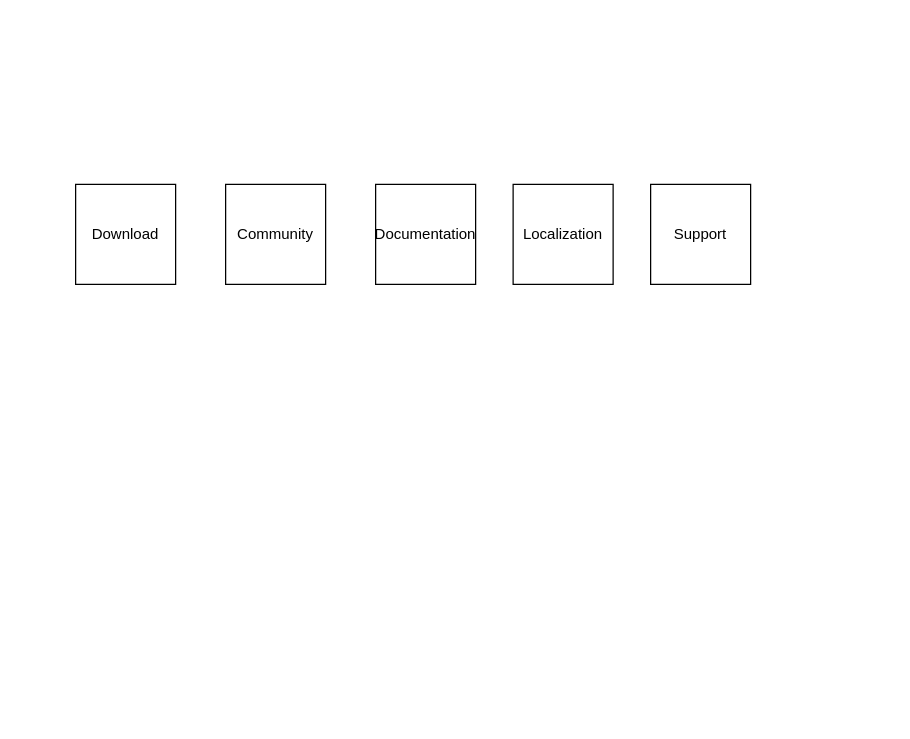
Earlier version of the draw.io diagram Untitled Diagram.drawio (HeikoTietze/libo_website). Source tidied: cells renumbered, new cells numbered last; positions are measured from the earlier drawing's top-left corner, leaving out a move shared by most shapes. Both pictures are drawn from the tidied source at 125%, with x=0, y=0 at pixel (75, 184).
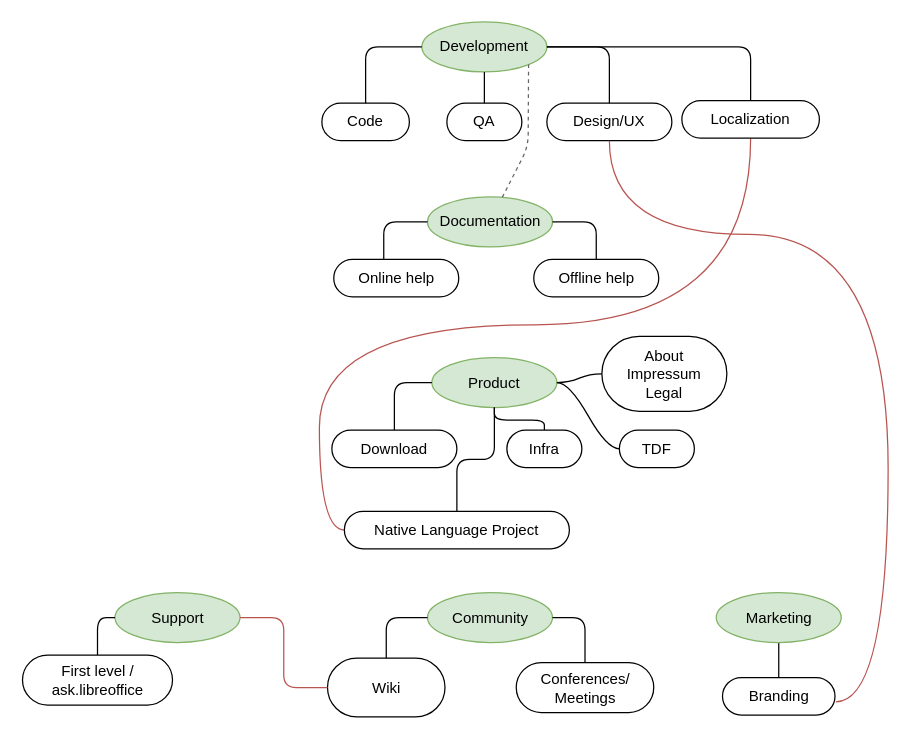
The same page after the edit.

The edit, as a diff of the source:
```diff
@@
+    <mxCell id="7" value="Development" style="ellipse;whiteSpace=wrap;html=1;align=center;fillColor=#d5e8d4;strokeColor=#82b366;" parent="1" vertex="1">
+      <mxGeometry x="277" y="-130" width="100" height="40" as="geometry" />
+    </mxCell>
+    <mxCell id="8" value="Code" style="whiteSpace=wrap;html=1;rounded=1;arcSize=50;align=center;verticalAlign=middle;strokeWidth=1;spacing=4;" parent="1" vertex="1">
+      <mxGeometry x="197" y="-65" width="70" height="30" as="geometry" />
+    </mxCell>
+    <mxCell id="9" style="edgeStyle=orthogonalEdgeStyle;startArrow=none;endArrow=none;segment=10;entryX=0.5;entryY=0;entryDx=0;entryDy=0;" parent="1" edge="1" source="7" target="8">
+      <mxGeometry relative="1" as="geometry" />
+    </mxCell>
+    <mxCell id="10" value="QA" style="whiteSpace=wrap;html=1;rounded=1;arcSize=50;align=center;verticalAlign=middle;strokeWidth=1;spacing=4;" parent="1" vertex="1">
+      <mxGeometry x="297" y="-65" width="60" height="30" as="geometry" />
+    </mxCell>
+    <mxCell id="11" style="edgeStyle=orthogonalEdgeStyle;startArrow=none;endArrow=none;segment=10;exitX=0.5;exitY=1;exitDx=0;exitDy=0;entryX=0.5;entryY=0;entryDx=0;entryDy=0;" parent="1" edge="1" source="7" target="10">
+      <mxGeometry relative="1" as="geometry" />
+    </mxCell>
+    <mxCell id="12" value="Design/UX" style="whiteSpace=wrap;html=1;rounded=1;arcSize=50;align=center;verticalAlign=middle;strokeWidth=1;spacing=4;" parent="1" vertex="1">
+      <mxGeometry x="377" y="-65" width="100" height="30" as="geometry" />
+    </mxCell>
+    <mxCell id="13" style="edgeStyle=orthogonalEdgeStyle;startArrow=none;endArrow=none;segment=10;exitX=1;exitY=0.5;exitDx=0;exitDy=0;entryX=0.5;entryY=0;entryDx=0;entryDy=0;" parent="1" edge="1" source="7" target="12">
+      <mxGeometry relative="1" as="geometry" />
+    </mxCell>
+    <mxCell id="4" value="Documentation" style="ellipse;whiteSpace=wrap;html=1;align=center;fillColor=#d5e8d4;strokeColor=#82b366;" parent="1" vertex="1">
+      <mxGeometry x="281.5" y="10" width="100" height="40" as="geometry" />
+    </mxCell>
+    <mxCell id="14" value="Offline help" style="whiteSpace=wrap;html=1;rounded=1;arcSize=50;align=center;verticalAlign=middle;strokeWidth=1;spacing=4;" parent="1" vertex="1">
+      <mxGeometry x="366.5" y="60" width="100" height="30" as="geometry" />
+    </mxCell>
+    <mxCell id="15" style="edgeStyle=orthogonalEdgeStyle;startArrow=none;endArrow=none;segment=10;exitX=1;exitY=0.5;exitDx=0;exitDy=0;entryX=0.5;entryY=0;entryDx=0;entryDy=0;" parent="1" edge="1" source="4" target="14">
+      <mxGeometry relative="1" as="geometry" />
+    </mxCell>
+    <mxCell id="16" value="Online help" style="whiteSpace=wrap;html=1;rounded=1;arcSize=50;align=center;verticalAlign=middle;strokeWidth=1;spacing=4;direction=west;" parent="1" vertex="1">
+      <mxGeometry x="206.5" y="60" width="100" height="30" as="geometry" />
+    </mxCell>
+    <mxCell id="17" style="edgeStyle=orthogonalEdgeStyle;startArrow=none;endArrow=none;segment=10;entryX=0;entryY=0.5;entryDx=0;entryDy=0;exitX=0.6;exitY=1;exitDx=0;exitDy=0;exitPerimeter=0;" parent="1" edge="1" source="16" target="4">
+      <mxGeometry relative="1" as="geometry" />
+    </mxCell>
+    <mxCell id="18" value="Product" style="ellipse;whiteSpace=wrap;html=1;align=center;fillColor=#d5e8d4;strokeColor=#82b366;" parent="1" vertex="1">
+      <mxGeometry x="285" y="138.5" width="100" height="40" as="geometry" />
+    </mxCell>
-    <mxCell id="2" value="Download" style="whiteSpace=wrap;html=1;" parent="1" vertex="1">
-      <mxGeometry width="80" height="80" as="geometry" />
+    <mxCell id="2" value="Download" style="whiteSpace=wrap;html=1;rounded=1;arcSize=50;align=center;verticalAlign=middle;strokeWidth=1;spacing=4;" parent="1" vertex="1">
+      <mxGeometry x="205" y="196.5" width="100" height="30" as="geometry" />
     </mxCell>
+    <mxCell id="19" style="edgeStyle=orthogonalEdgeStyle;startArrow=none;endArrow=none;segment=10;exitX=0.5;exitY=0;exitDx=0;exitDy=0;entryX=0;entryY=0.5;entryDx=0;entryDy=0;" parent="1" edge="1" source="2" target="18">
+      <mxGeometry relative="1" as="geometry" />
+    </mxCell>
-    <mxCell id="3" value="Community" style="whiteSpace=wrap;html=1;" parent="1" vertex="1">
-      <mxGeometry x="120" width="80" height="80" as="geometry" />
+    <mxCell id="3" value="Community" style="ellipse;whiteSpace=wrap;html=1;align=center;fillColor=#d5e8d4;strokeColor=#82b366;" parent="1" vertex="1">
+      <mxGeometry x="281.5" y="326.5" width="100" height="40" as="geometry" />
     </mxCell>
-    <mxCell id="4" value="Documentation" style="whiteSpace=wrap;html=1;" parent="1" vertex="1">
-      <mxGeometry x="240" width="80" height="80" as="geometry" />
-    </mxCell>
+    <mxCell id="20" value="Conferences/&lt;br&gt;Meetings" style="whiteSpace=wrap;html=1;rounded=1;arcSize=50;align=center;verticalAlign=middle;strokeWidth=1;spacing=4;" parent="1" vertex="1">
+      <mxGeometry x="352.5" y="382.5" width="110" height="40" as="geometry" />
+    </mxCell>
+    <mxCell id="21" style="edgeStyle=orthogonalEdgeStyle;startArrow=none;endArrow=none;segment=10;exitX=1;exitY=0.5;exitDx=0;exitDy=0;entryX=0.5;entryY=0;entryDx=0;entryDy=0;" parent="1" edge="1" source="3" target="20">
+      <mxGeometry relative="1" as="geometry" />
+    </mxCell>
+    <mxCell id="22" value="Wiki" style="whiteSpace=wrap;html=1;rounded=1;arcSize=50;align=center;verticalAlign=middle;strokeWidth=1;spacing=4;" parent="1" vertex="1">
+      <mxGeometry x="201.5" y="379" width="94" height="47" as="geometry" />
+    </mxCell>
+    <mxCell id="23" style="edgeStyle=orthogonalEdgeStyle;startArrow=none;endArrow=none;segment=10;entryX=0;entryY=0.5;entryDx=0;entryDy=0;exitX=0.5;exitY=0;exitDx=0;exitDy=0;" parent="1" edge="1" source="22" target="3">
+      <mxGeometry relative="1" as="geometry" />
+    </mxCell>
+    <mxCell id="6" value="Support" style="ellipse;whiteSpace=wrap;html=1;align=center;fillColor=#d5e8d4;strokeColor=#82b366;" parent="1" vertex="1">
+      <mxGeometry x="31.5" y="326.5" width="100" height="40" as="geometry" />
+    </mxCell>
+    <mxCell id="24" style="edgeStyle=orthogonalEdgeStyle;startArrow=none;endArrow=none;segment=10;entryX=1;entryY=0.5;entryDx=0;entryDy=0;exitX=0;exitY=0.5;exitDx=0;exitDy=0;fillColor=#f8cecc;strokeColor=#b85450;" parent="1" edge="1" source="22" target="6">
+      <mxGeometry relative="1" as="geometry" />
+    </mxCell>
+    <mxCell id="25" value="First level /&lt;br&gt;ask.libreoffice" style="whiteSpace=wrap;html=1;rounded=1;arcSize=50;align=center;verticalAlign=middle;strokeWidth=1;spacing=4;" parent="1" vertex="1">
+      <mxGeometry x="-42.5" y="376.5" width="120" height="40" as="geometry" />
+    </mxCell>
+    <mxCell id="26" style="edgeStyle=orthogonalEdgeStyle;startArrow=none;endArrow=none;segment=10;exitX=0;exitY=0.5;exitDx=0;exitDy=0;" parent="1" edge="1" source="6" target="25">
+      <mxGeometry relative="1" as="geometry" />
+    </mxCell>
+    <mxCell id="27" value="TDF" style="whiteSpace=wrap;html=1;rounded=1;arcSize=50;align=center;verticalAlign=middle;strokeWidth=1;spacing=4;" parent="1" vertex="1">
+      <mxGeometry x="435" y="196.5" width="60" height="30" as="geometry" />
+    </mxCell>
+    <mxCell id="28" style="edgeStyle=entityRelationEdgeStyle;startArrow=none;endArrow=none;segment=10;curved=1;exitX=1;exitY=0.5;exitDx=0;exitDy=0;" parent="1" edge="1" source="18" target="27">
+      <mxGeometry relative="1" as="geometry" />
+    </mxCell>
+    <mxCell id="29" style="edgeStyle=orthogonalEdgeStyle;rounded=0;jettySize=auto;html=1;exitX=0.5;exitY=1;exitDx=0;exitDy=0;entryX=0;entryY=0.5;entryDx=0;entryDy=0;curved=1;fillColor=#f8cecc;strokeColor=#b85450;endArrow=none;endFill=0;" parent="1" edge="1" source="5" target="31">
+      <mxGeometry relative="1" as="geometry" />
+    </mxCell>
-    <mxCell id="5" value="Localization" style="whiteSpace=wrap;html=1;" parent="1" vertex="1">
-      <mxGeometry x="350" width="80" height="80" as="geometry" />
+    <mxCell id="5" value="Localization" style="whiteSpace=wrap;html=1;rounded=1;arcSize=50;align=center;verticalAlign=middle;strokeWidth=1;spacing=4;" parent="1" vertex="1">
+      <mxGeometry x="485" y="-67" width="110" height="30" as="geometry" />
     </mxCell>
-    <mxCell id="6" value="Support" style="whiteSpace=wrap;html=1;" parent="1" vertex="1">
-      <mxGeometry x="460" width="80" height="80" as="geometry" />
-    </mxCell>
+    <mxCell id="30" style="edgeStyle=orthogonalEdgeStyle;startArrow=none;endArrow=none;segment=10;" parent="1" edge="1" source="7" target="5">
+      <mxGeometry relative="1" as="geometry" />
+    </mxCell>
+    <mxCell id="31" value="Native Language Project" style="whiteSpace=wrap;html=1;rounded=1;arcSize=50;align=center;verticalAlign=middle;strokeWidth=1;spacing=4;" parent="1" vertex="1">
+      <mxGeometry x="215" y="261.5" width="180" height="30" as="geometry" />
+    </mxCell>
+    <mxCell id="32" style="edgeStyle=orthogonalEdgeStyle;startArrow=none;endArrow=none;segment=10;exitX=0.5;exitY=1;exitDx=0;exitDy=0;entryX=0.5;entryY=0;entryDx=0;entryDy=0;" parent="1" edge="1" source="18" target="31">
+      <mxGeometry relative="1" as="geometry" />
+    </mxCell>
+    <mxCell id="33" style="endArrow=none;html=1;entryX=1;entryY=1;entryDx=0;entryDy=0;dashed=1;fillColor=#f5f5f5;strokeColor=#666666;" parent="1" edge="1" source="4" target="7">
+      <mxGeometry relative="1" as="geometry">
+        <Array as="points">
+          <mxPoint x="362" y="-30" />
+        </Array>
+      </mxGeometry>
+    </mxCell>
+    <mxCell id="34" value="Infra" style="whiteSpace=wrap;html=1;rounded=1;arcSize=50;align=center;verticalAlign=middle;strokeWidth=1;spacing=4;" parent="1" vertex="1">
+      <mxGeometry x="345" y="196.5" width="60" height="30" as="geometry" />
+    </mxCell>
+    <mxCell id="35" style="edgeStyle=orthogonalEdgeStyle;startArrow=none;endArrow=none;segment=10;exitX=0.5;exitY=1;exitDx=0;exitDy=0;" parent="1" edge="1" source="18" target="34">
+      <mxGeometry relative="1" as="geometry" />
+    </mxCell>
+    <mxCell id="36" value="Branding" style="whiteSpace=wrap;html=1;rounded=1;arcSize=50;align=center;verticalAlign=middle;strokeWidth=1;spacing=4;" parent="1" vertex="1">
+      <mxGeometry x="517.5" y="394.5" width="90" height="30" as="geometry" />
+    </mxCell>
+    <mxCell id="37" style="edgeStyle=orthogonalEdgeStyle;startArrow=none;endArrow=none;segment=10;curved=1;exitX=0.5;exitY=1;exitDx=0;exitDy=0;fillColor=#f8cecc;strokeColor=#b85450;entryX=1.007;entryY=0.648;entryDx=0;entryDy=0;entryPerimeter=0;" parent="1" edge="1" source="12" target="36">
+      <mxGeometry relative="1" as="geometry">
+        <Array as="points">
+          <mxPoint x="427" y="40" />
+          <mxPoint x="650" y="40" />
+          <mxPoint x="650" y="414" />
+        </Array>
+      </mxGeometry>
+    </mxCell>
+    <mxCell id="38" style="edgeStyle=orthogonalEdgeStyle;rounded=0;jettySize=auto;html=1;exitX=0.5;exitY=1;exitDx=0;exitDy=0;entryX=0.5;entryY=0;entryDx=0;entryDy=0;endArrow=none;endFill=0;" parent="1" edge="1" source="39" target="36">
+      <mxGeometry relative="1" as="geometry" />
+    </mxCell>
+    <mxCell id="39" value="Marketing" style="ellipse;whiteSpace=wrap;html=1;align=center;fillColor=#d5e8d4;strokeColor=#82b366;" parent="1" vertex="1">
+      <mxGeometry x="512.5" y="326.5" width="100" height="40" as="geometry" />
+    </mxCell>
+    <mxCell id="40" value="About&lt;br&gt;&lt;div&gt;Impressum&lt;/div&gt;&lt;div&gt;Legal&lt;br&gt;&lt;/div&gt;" style="whiteSpace=wrap;html=1;rounded=1;arcSize=50;align=center;verticalAlign=middle;strokeWidth=1;spacing=4;" parent="1" vertex="1">
+      <mxGeometry x="421" y="121.5" width="100" height="60" as="geometry" />
+    </mxCell>
+    <mxCell id="41" style="edgeStyle=entityRelationEdgeStyle;startArrow=none;endArrow=none;segment=10;curved=1;exitX=1;exitY=0.5;exitDx=0;exitDy=0;" parent="1" edge="1" source="18" target="40">
+      <mxGeometry relative="1" as="geometry" />
+    </mxCell>
```
